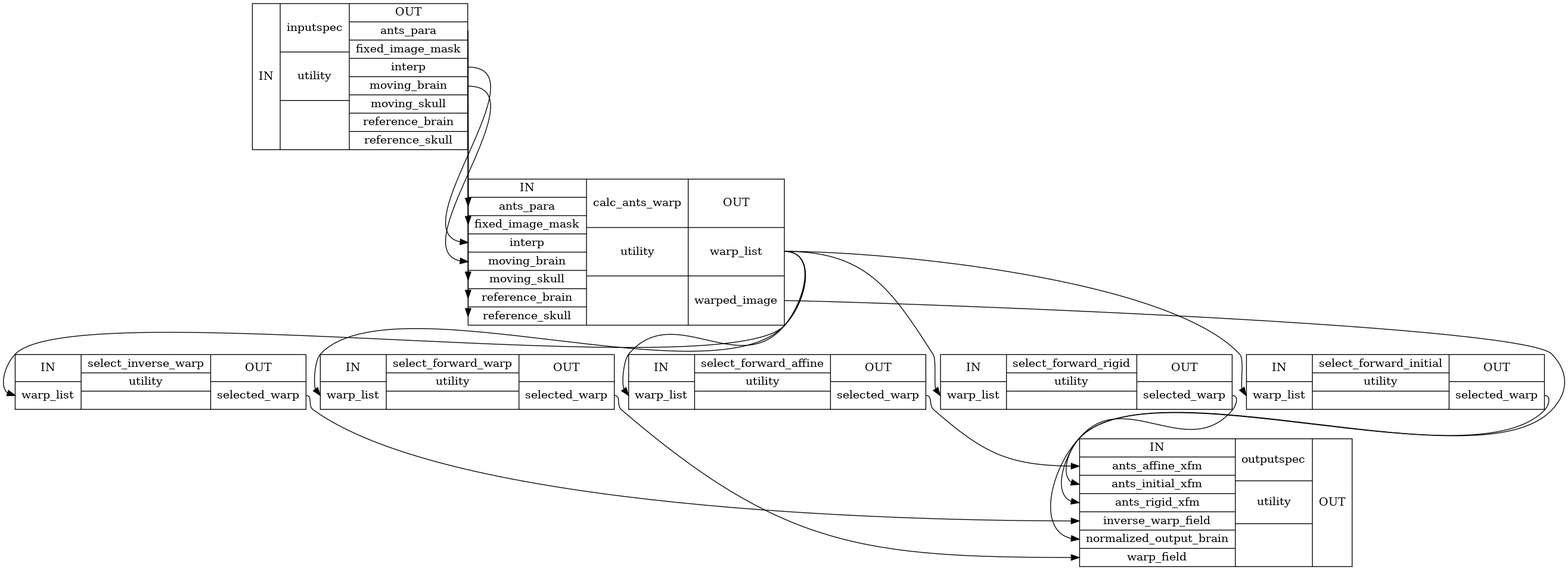
Above: docs/nightly/developer/workflows/images/generated/calculate_ants_warp_detailed.png in shnizzedy/fcp-indi.github.com (Graphviz), before the change. Its source is kept beside it as docs/nightly/developer/workflows/images/generated/calculate_ants_warp_detailed.dot. Source of this version:
```dot
digraph structs {
node [shape=record];
create_wf_calculate_ants_warpinputspec [label="{IN}|{ inputspec | utility |  }|{OUT|<outantspara> ants_para|<outfixedimagemask> fixed_image_mask|<outinterp> interp|<outmovingbrain> moving_brain|<outmovingskull> moving_skull|<outreferencebrain> reference_brain|<outreferenceskull> reference_skull}"];
create_wf_calculate_ants_warpcalc_ants_warp [label="{IN|<inantspara> ants_para|<infixedimagemask> fixed_image_mask|<ininterp> interp|<inmovingbrain> moving_brain|<inmovingskull> moving_skull|<inreferencebrain> reference_brain|<inreferenceskull> reference_skull}|{ calc_ants_warp | utility |  }|{OUT|<outwarplist> warp_list|<outwarpedimage> warped_image}"];
create_wf_calculate_ants_warpselect_inverse_warp [label="{IN|<inwarplist> warp_list}|{ select_inverse_warp | utility |  }|{OUT|<outselectedwarp> selected_warp}"];
create_wf_calculate_ants_warpselect_forward_warp [label="{IN|<inwarplist> warp_list}|{ select_forward_warp | utility |  }|{OUT|<outselectedwarp> selected_warp}"];
create_wf_calculate_ants_warpselect_forward_affine [label="{IN|<inwarplist> warp_list}|{ select_forward_affine | utility |  }|{OUT|<outselectedwarp> selected_warp}"];
create_wf_calculate_ants_warpselect_forward_rigid [label="{IN|<inwarplist> warp_list}|{ select_forward_rigid | utility |  }|{OUT|<outselectedwarp> selected_warp}"];
create_wf_calculate_ants_warpselect_forward_initial [label="{IN|<inwarplist> warp_list}|{ select_forward_initial | utility |  }|{OUT|<outselectedwarp> selected_warp}"];
create_wf_calculate_ants_warpoutputspec [label="{IN|<inantsaffinexfm> ants_affine_xfm|<inantsinitialxfm> ants_initial_xfm|<inantsrigidxfm> ants_rigid_xfm|<ininversewarpfield> inverse_warp_field|<innormalizedoutputbrain> normalized_output_brain|<inwarpfield> warp_field}|{ outputspec | utility |  }|{OUT}"];
create_wf_calculate_ants_warpcalc_ants_warp:outwarpedimage:e -> create_wf_calculate_ants_warpoutputspec:innormalizedoutputbrain:w;
create_wf_calculate_ants_warpcalc_ants_warp:outwarplist:e -> create_wf_calculate_ants_warpselect_forward_affine:inwarplist:w;
create_wf_calculate_ants_warpcalc_ants_warp:outwarplist:e -> create_wf_calculate_ants_warpselect_forward_initial:inwarplist:w;
create_wf_calculate_ants_warpcalc_ants_warp:outwarplist:e -> create_wf_calculate_ants_warpselect_forward_rigid:inwarplist:w;
create_wf_calculate_ants_warpcalc_ants_warp:outwarplist:e -> create_wf_calculate_ants_warpselect_forward_warp:inwarplist:w;
create_wf_calculate_ants_warpcalc_ants_warp:outwarplist:e -> create_wf_calculate_ants_warpselect_inverse_warp:inwarplist:w;
create_wf_calculate_ants_warpinputspec:outantspara:e -> create_wf_calculate_ants_warpcalc_ants_warp:inantspara:w;
create_wf_calculate_ants_warpinputspec:outfixedimagemask:e -> create_wf_calculate_ants_warpcalc_ants_warp:infixedimagemask:w;
create_wf_calculate_ants_warpinputspec:outinterp:e -> create_wf_calculate_ants_warpcalc_ants_warp:ininterp:w;
create_wf_calculate_ants_warpinputspec:outmovingbrain:e -> create_wf_calculate_ants_warpcalc_ants_warp:inmovingbrain:w;
create_wf_calculate_ants_warpinputspec:outmovingskull:e -> create_wf_calculate_ants_warpcalc_ants_warp:inmovingskull:w;
create_wf_calculate_ants_warpinputspec:outreferencebrain:e -> create_wf_calculate_ants_warpcalc_ants_warp:inreferencebrain:w;
create_wf_calculate_ants_warpinputspec:outreferenceskull:e -> create_wf_calculate_ants_warpcalc_ants_warp:inreferenceskull:w;
create_wf_calculate_ants_warpselect_forward_affine:outselectedwarp:e -> create_wf_calculate_ants_warpoutputspec:inantsaffinexfm:w;
create_wf_calculate_ants_warpselect_forward_initial:outselectedwarp:e -> create_wf_calculate_ants_warpoutputspec:inantsinitialxfm:w;
create_wf_calculate_ants_warpselect_forward_rigid:outselectedwarp:e -> create_wf_calculate_ants_warpoutputspec:inantsrigidxfm:w;
create_wf_calculate_ants_warpselect_forward_warp:outselectedwarp:e -> create_wf_calculate_ants_warpoutputspec:inwarpfield:w;
create_wf_calculate_ants_warpselect_inverse_warp:outselectedwarp:e -> create_wf_calculate_ants_warpoutputspec:ininversewarpfield:w;
}
```
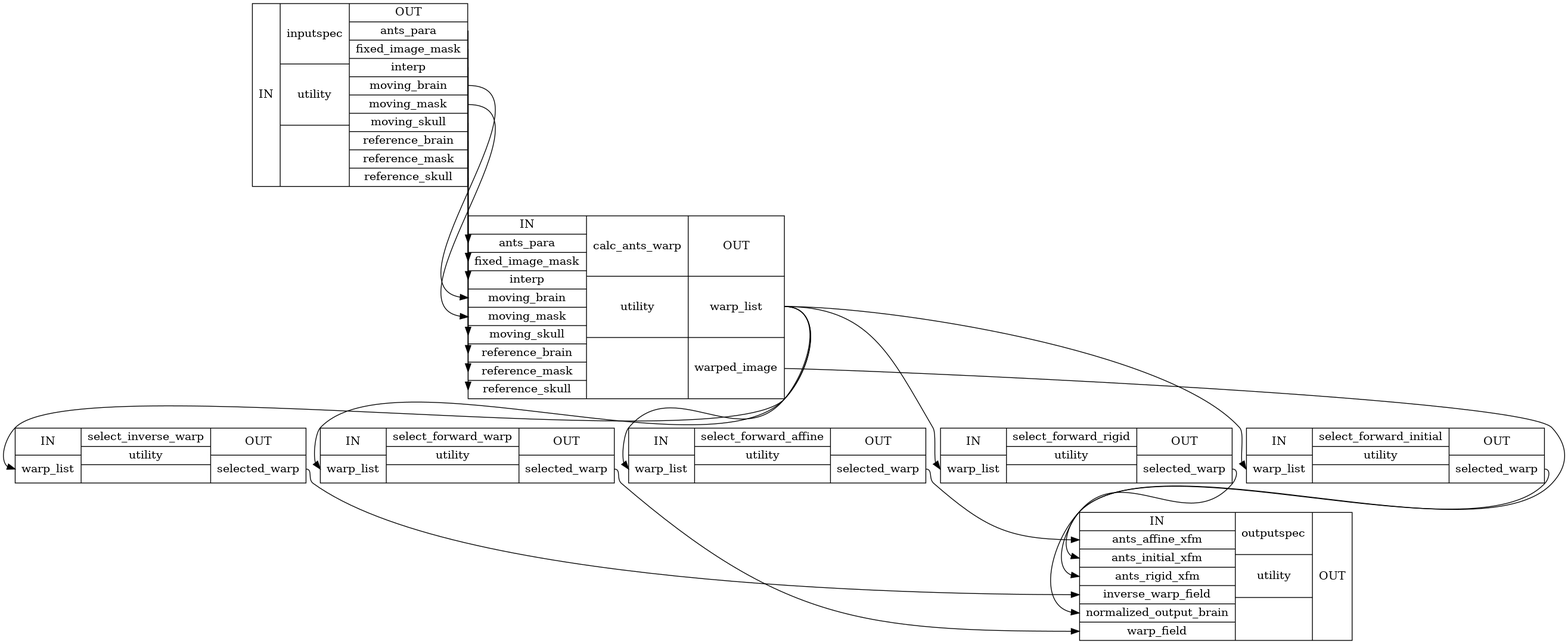
Above is the later version.

What changed in the source:
```diff
@@ -1,7 +1,7 @@
 digraph structs {
 node [shape=record];
-create_wf_calculate_ants_warpinputspec [label="{IN}|{ inputspec | utility |  }|{OUT|<outantspara> ants_para|<outfixedimagemask> fixed_image_mask|<outinterp> interp|<outmovingbrain> moving_brain|<outmovingskull> moving_skull|<outreferencebrain> reference_brain|<outreferenceskull> reference_skull}"];
-create_wf_calculate_ants_warpcalc_ants_warp [label="{IN|<inantspara> ants_para|<infixedimagemask> fixed_image_mask|<ininterp> interp|<inmovingbrain> moving_brain|<inmovingskull> moving_skull|<inreferencebrain> reference_brain|<inreferenceskull> reference_skull}|{ calc_ants_warp | utility |  }|{OUT|<outwarplist> warp_list|<outwarpedimage> warped_image}"];
+create_wf_calculate_ants_warpinputspec [label="{IN}|{ inputspec | utility |  }|{OUT|<outantspara> ants_para|<outfixedimagemask> fixed_image_mask|<outinterp> interp|<outmovingbrain> moving_brain|<outmovingmask> moving_mask|<outmovingskull> moving_skull|<outreferencebrain> reference_brain|<outreferencemask> reference_mask|<outreferenceskull> reference_skull}"];
+create_wf_calculate_ants_warpcalc_ants_warp [label="{IN|<inantspara> ants_para|<infixedimagemask> fixed_image_mask|<ininterp> interp|<inmovingbrain> moving_brain|<inmovingmask> moving_mask|<inmovingskull> moving_skull|<inreferencebrain> reference_brain|<inreferencemask> reference_mask|<inreferenceskull> reference_skull}|{ calc_ants_warp | utility |  }|{OUT|<outwarplist> warp_list|<outwarpedimage> warped_image}"];
 create_wf_calculate_ants_warpselect_inverse_warp [label="{IN|<inwarplist> warp_list}|{ select_inverse_warp | utility |  }|{OUT|<outselectedwarp> selected_warp}"];
 create_wf_calculate_ants_warpselect_forward_warp [label="{IN|<inwarplist> warp_list}|{ select_forward_warp | utility |  }|{OUT|<outselectedwarp> selected_warp}"];
 create_wf_calculate_ants_warpselect_forward_affine [label="{IN|<inwarplist> warp_list}|{ select_forward_affine | utility |  }|{OUT|<outselectedwarp> selected_warp}"];
@@ -18,8 +18,10 @@
 create_wf_calculate_ants_warpinputspec:outfixedimagemask:e -> create_wf_calculate_ants_warpcalc_ants_warp:infixedimagemask:w;
 create_wf_calculate_ants_warpinputspec:outinterp:e -> create_wf_calculate_ants_warpcalc_ants_warp:ininterp:w;
 create_wf_calculate_ants_warpinputspec:outmovingbrain:e -> create_wf_calculate_ants_warpcalc_ants_warp:inmovingbrain:w;
+create_wf_calculate_ants_warpinputspec:outmovingmask:e -> create_wf_calculate_ants_warpcalc_ants_warp:inmovingmask:w;
 create_wf_calculate_ants_warpinputspec:outmovingskull:e -> create_wf_calculate_ants_warpcalc_ants_warp:inmovingskull:w;
 create_wf_calculate_ants_warpinputspec:outreferencebrain:e -> create_wf_calculate_ants_warpcalc_ants_warp:inreferencebrain:w;
+create_wf_calculate_ants_warpinputspec:outreferencemask:e -> create_wf_calculate_ants_warpcalc_ants_warp:inreferencemask:w;
 create_wf_calculate_ants_warpinputspec:outreferenceskull:e -> create_wf_calculate_ants_warpcalc_ants_warp:inreferenceskull:w;
 create_wf_calculate_ants_warpselect_forward_affine:outselectedwarp:e -> create_wf_calculate_ants_warpoutputspec:inantsaffinexfm:w;
 create_wf_calculate_ants_warpselect_forward_initial:outselectedwarp:e -> create_wf_calculate_ants_warpoutputspec:inantsinitialxfm:w;
```
